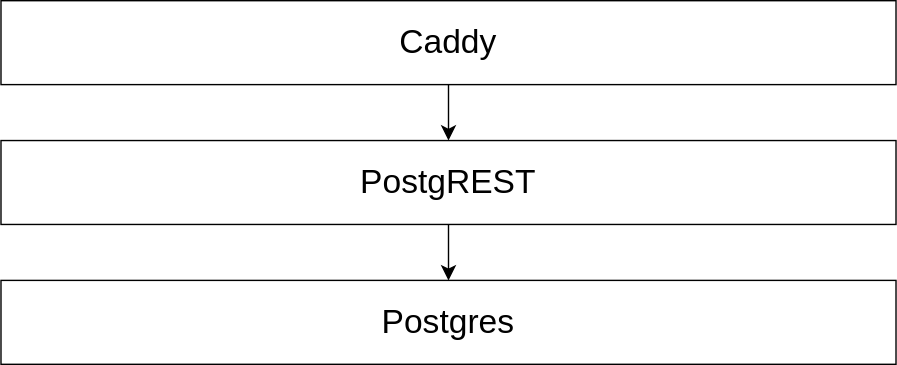
The draw.io diagram images/architecture-light.svg in explodinglabs/superstack, before a commit. Source tidied: cells renumbered, new cells last; positions are measured from the earlier drawing's top-left corner, leaving out a move shared by most shapes.
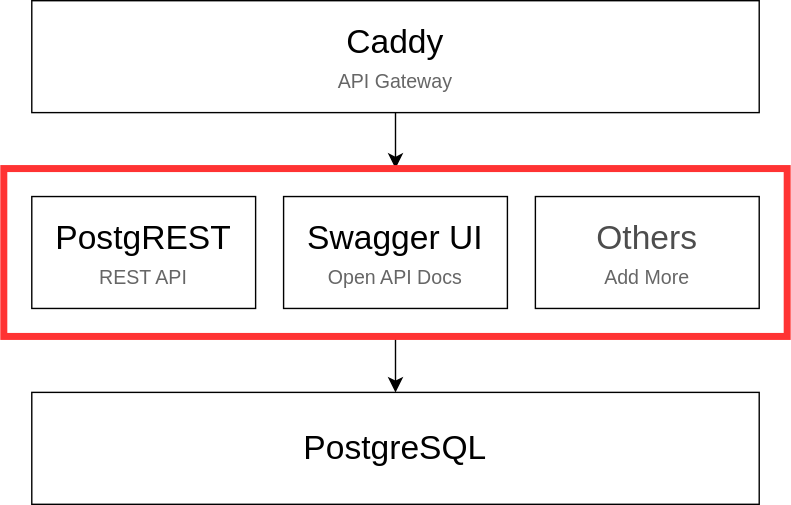
The same diagram one commit later.

Commit message:
Update architecture diagram

The edit, as a diff of the source:
```diff
@@ -2,26 +2,33 @@
   <root>
     <mxCell id="0" />
     <mxCell id="1" parent="0" />
-    <mxCell id="2" style="edgeStyle=none;curved=1;rounded=0;jettySize=auto;html=1;fontSize=12;startSize=8;endSize=8;" parent="1" edge="1" source="3" target="7">
-      <mxGeometry relative="1" as="geometry" />
-    </mxCell>
+    <mxCell id="8" style="edgeStyle=none;curved=1;rounded=0;jettySize=auto;html=1;fontSize=12;startSize=8;endSize=8;" parent="1" edge="1" source="3">
+      <mxGeometry relative="1" as="geometry">
+        <mxPoint x="260" y="80" as="targetPoint" />
+      </mxGeometry>
+    </mxCell>
-    <mxCell id="3" value="&lt;font style=&quot;font-size: 24px;&quot;&gt;Caddy&lt;/font&gt;" style="rounded=0;whiteSpace=wrap;html=1;" parent="1" vertex="1">
-      <mxGeometry width="640" height="60" as="geometry" />
+    <mxCell id="3" value="&lt;div style=&quot;line-height: 150%;&quot;&gt;&lt;font style=&quot;font-size: 24px; line-height: 150%;&quot;&gt;Caddy&lt;/font&gt;&lt;div&gt;&lt;font style=&quot;font-size: 14px; line-height: 150%; color: rgb(102, 102, 102);&quot;&gt;API Gateway&lt;/font&gt;&lt;/div&gt;&lt;/div&gt;" style="rounded=0;whiteSpace=wrap;html=1;" parent="1" vertex="1">
+      <mxGeometry y="-40" width="520" height="80" as="geometry" />
     </mxCell>
-    <mxCell id="4" style="edgeStyle=none;curved=1;rounded=0;orthogonalLoop=1;jettySize=auto;html=1;fontSize=12;startSize=8;endSize=8;entryX=0.239;entryY=0;entryDx=0;entryDy=0;entryPerimeter=0;exitX=0.639;exitY=1.05;exitDx=0;exitDy=0;exitPerimeter=0;" parent="1" edge="1">
-      <mxGeometry relative="1" as="geometry">
-        <mxPoint x="153.6" y="208" as="sourcePoint" />
-        <mxPoint x="153.5" y="259" as="targetPoint" />
-      </mxGeometry>
-    </mxCell>
+    <mxCell id="9" style="edgeStyle=none;curved=1;rounded=0;jettySize=auto;html=1;fontSize=12;startSize=8;endSize=8;" parent="1" edge="1" target="5">
+      <mxGeometry relative="1" as="geometry">
+        <mxPoint x="260" y="200" as="sourcePoint" />
+      </mxGeometry>
+    </mxCell>
-    <mxCell id="5" value="&lt;font style=&quot;font-size: 24px;&quot;&gt;Postgres&lt;/font&gt;" style="rounded=0;whiteSpace=wrap;html=1;" parent="1" vertex="1">
-      <mxGeometry y="200" width="640" height="60" as="geometry" />
+    <mxCell id="5" value="&lt;font style=&quot;font-size: 24px;&quot;&gt;PostgreSQL&lt;/font&gt;" style="rounded=0;whiteSpace=wrap;html=1;" parent="1" vertex="1">
+      <mxGeometry y="240" width="520" height="80" as="geometry" />
     </mxCell>
-    <mxCell id="6" style="edgeStyle=none;curved=1;rounded=0;jettySize=auto;html=1;fontSize=12;startSize=8;endSize=8;" parent="1" edge="1" source="7" target="5">
-      <mxGeometry relative="1" as="geometry" />
-    </mxCell>
-    <mxCell id="7" value="&lt;font style=&quot;font-size: 24px;&quot;&gt;PostgREST&lt;/font&gt;" style="rounded=0;whiteSpace=wrap;html=1;" parent="1" vertex="1">
-      <mxGeometry y="100" width="640" height="60" as="geometry" />
+    <mxCell id="7" value="&lt;div style=&quot;line-height: 150%;&quot;&gt;&lt;font style=&quot;font-size: 24px; line-height: 150%;&quot;&gt;PostgREST&lt;/font&gt;&lt;div&gt;&lt;font style=&quot;font-size: 14px; line-height: 150%; color: rgb(102, 102, 102);&quot;&gt;REST API&lt;/font&gt;&lt;/div&gt;&lt;/div&gt;" style="rounded=0;whiteSpace=wrap;html=1;" parent="1" vertex="1">
+      <mxGeometry y="100" width="160" height="80" as="geometry" />
     </mxCell>
+    <mxCell id="10" value="&lt;div style=&quot;line-height: 150%;&quot;&gt;&lt;font style=&quot;font-size: 24px; line-height: 150%;&quot;&gt;Swagger UI&lt;/font&gt;&lt;div&gt;&lt;font style=&quot;font-size: 14px; line-height: 150%; color: rgb(102, 102, 102);&quot;&gt;Open API Docs&lt;/font&gt;&lt;/div&gt;&lt;/div&gt;" style="rounded=0;whiteSpace=wrap;html=1;" parent="1" vertex="1">
+      <mxGeometry x="180" y="100" width="160" height="80" as="geometry" />
+    </mxCell>
+    <mxCell id="11" value="&lt;div style=&quot;line-height: 150%;&quot;&gt;&lt;div&gt;&lt;font size=&quot;5&quot; style=&quot;line-height: 150%; color: rgb(77, 77, 77);&quot;&gt;Others&lt;/font&gt;&lt;/div&gt;&lt;div&gt;&lt;font style=&quot;font-size: 14px; line-height: 150%; color: rgb(102, 102, 102);&quot;&gt;Add More&lt;/font&gt;&lt;/div&gt;&lt;/div&gt;" style="rounded=0;whiteSpace=wrap;html=1;" parent="1" vertex="1">
+      <mxGeometry x="360" y="100" width="160" height="80" as="geometry" />
+    </mxCell>
+    <mxCell id="12" style="text;strokeColor=#FF3333;fillColor=none;html=1;align=center;verticalAlign=top;whiteSpace=wrap;rounded=0;fontSize=24;labelPosition=center;verticalLabelPosition=middle;strokeWidth=5;" parent="1" vertex="1">
+      <mxGeometry x="-20" y="80" width="560" height="120" as="geometry" />
+    </mxCell>
   </root>
 </mxGraphModel>
```
